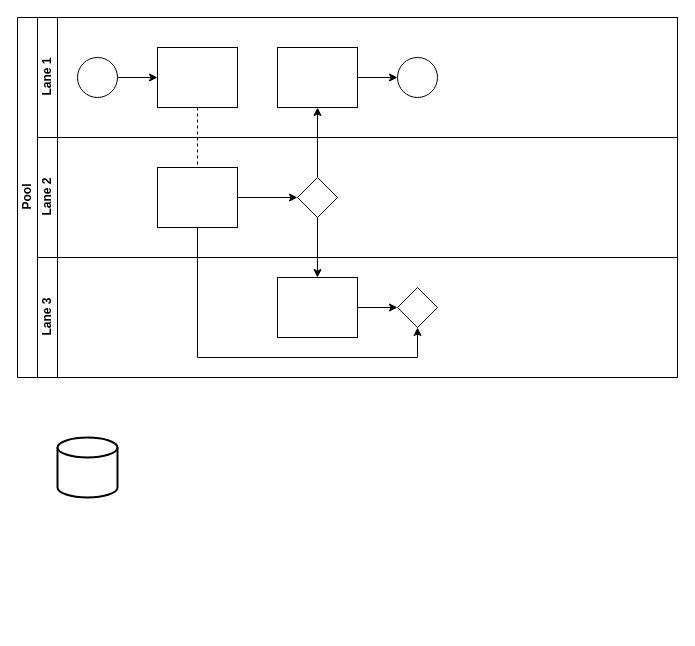
yeguangsuixing/yeguangsuixing.github.io keeps this draw.io diagram as public/未命名绘图.drawio. Above is the earlier version. Source tidied: cells renumbered, new cells numbered last; positions are measured from the earlier drawing's top-left corner, leaving out a move shared by most shapes. Both pictures are drawn from the tidied source at 100%, with x=0, y=0 at pixel (17, 17).
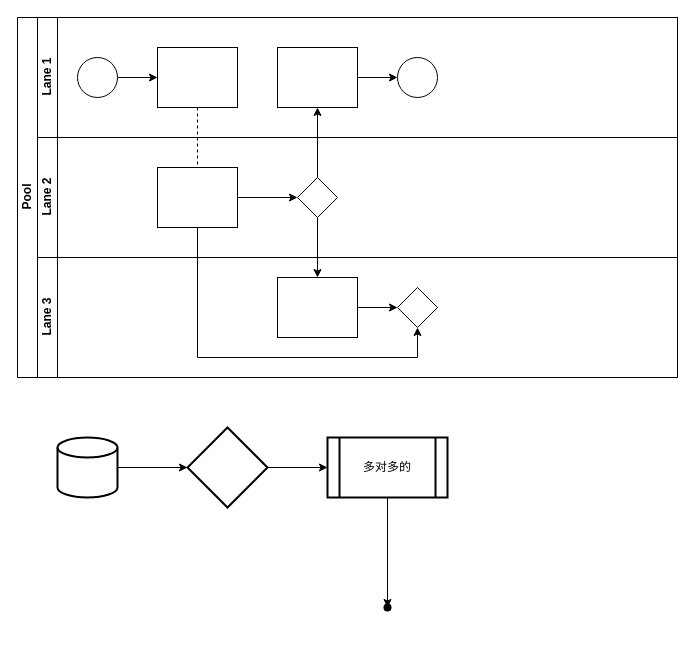
Above is the later version.

Unchanged cells that the change refers to:
```xml
<mxCell id="22" style="strokeWidth=2;html=1;shape=mxgraph.flowchart.database;whiteSpace=wrap;" parent="1" vertex="1">
  <mxGeometry x="40" y="420" width="60" height="60" as="geometry" />
</mxCell>
```

Diff of the diagram source:
```diff
@@
+    <mxCell id="23" style="edgeStyle=orthogonalEdgeStyle;rounded=0;jettySize=auto;html=1;" parent="1" edge="1" source="22" target="25">
+      <mxGeometry relative="1" as="geometry" />
+    </mxCell>
@@
+    <mxCell id="24" style="edgeStyle=orthogonalEdgeStyle;rounded=0;jettySize=auto;html=1;" parent="1" edge="1" source="25" target="27">
+      <mxGeometry relative="1" as="geometry" />
+    </mxCell>
+    <mxCell id="25" style="rhombus;whiteSpace=wrap;html=1;strokeWidth=2;" parent="1" vertex="1">
+      <mxGeometry x="170" y="410" width="80" height="80" as="geometry" />
+    </mxCell>
+    <mxCell id="26" style="edgeStyle=orthogonalEdgeStyle;rounded=0;jettySize=auto;html=1;" parent="1" edge="1" source="27" target="28">
+      <mxGeometry relative="1" as="geometry" />
+    </mxCell>
+    <mxCell id="27" value="多对多的" style="shape=process;whiteSpace=wrap;html=1;backgroundOutline=1;strokeWidth=2;" parent="1" vertex="1">
+      <mxGeometry x="310" y="420" width="120" height="60" as="geometry" />
+    </mxCell>
+    <mxCell id="28" style="shape=waypoint;sketch=0;size=6;points=[];fillColor=default;perimeter=centerPerimeter;snapToPoint=1;strokeWidth=2;" parent="1" vertex="1">
+      <mxGeometry x="350" y="570" width="40" height="40" as="geometry" />
+    </mxCell>
```
